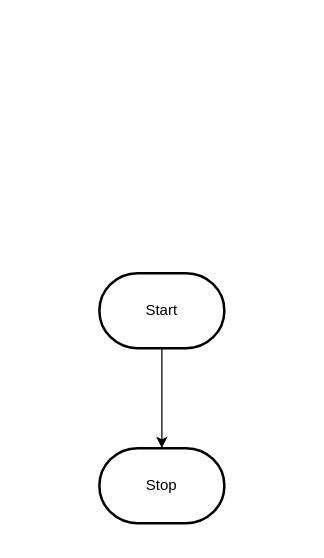
The draw.io diagram design/flowchart.drawio in MTHS-ICS2O-2-2022/ICS2O-Unit-3-04-Dominic-Madeira, before the edit. Source tidied: cells renumbered, new cells numbered last; positions are measured from the earlier drawing's top-left corner, leaving out a move shared by most shapes. Both pictures are drawn from the tidied source at 125%, with x=0, y=0 at pixel (99, 272).
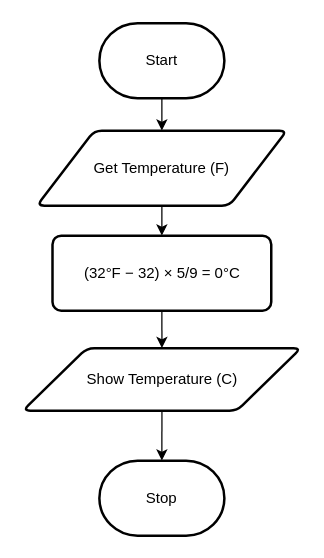
After the change.

What changed in the source:
```diff
@@
 <mxGraphModel>
   <root>
     <mxCell id="0" />
     <mxCell id="1" parent="0" />
-    <mxCell id="2" style="edgeStyle=orthogonalEdgeStyle;html=1;rounded=0;" parent="1" edge="1" source="3" target="4">
-      <mxGeometry relative="1" as="geometry" />
-    </mxCell>
+    <mxCell id="5" style="edgeStyle=none;html=1;exitX=0.5;exitY=1;exitDx=0;exitDy=0;exitPerimeter=0;entryX=0.5;entryY=0;entryDx=0;entryDy=0;" parent="1" edge="1" source="3" target="7">
+      <mxGeometry relative="1" as="geometry" />
+    </mxCell>
     <mxCell id="3" value="Start" style="strokeWidth=2;html=1;shape=mxgraph.flowchart.terminator;whiteSpace=wrap;" parent="1" vertex="1">
-      <mxGeometry width="100" height="60" as="geometry" />
+      <mxGeometry y="-200" width="100" height="60" as="geometry" />
     </mxCell>
     <mxCell id="4" value="Stop" style="strokeWidth=2;html=1;shape=mxgraph.flowchart.terminator;whiteSpace=wrap;" parent="1" vertex="1">
-      <mxGeometry y="140" width="100" height="60" as="geometry" />
+      <mxGeometry y="150" width="100" height="60" as="geometry" />
     </mxCell>
+    <mxCell id="6" style="edgeStyle=none;html=1;exitX=0.5;exitY=1;exitDx=0;exitDy=0;entryX=0.5;entryY=0;entryDx=0;entryDy=0;" parent="1" edge="1" source="7" target="9">
+      <mxGeometry relative="1" as="geometry" />
+    </mxCell>
+    <mxCell id="7" value="Get Temperature (F)" style="shape=parallelogram;html=1;strokeWidth=2;perimeter=parallelogramPerimeter;whiteSpace=wrap;rounded=1;arcSize=12;size=0.23;" parent="1" vertex="1">
+      <mxGeometry x="-50" y="-114" width="200" height="60" as="geometry" />
+    </mxCell>
+    <mxCell id="8" style="edgeStyle=none;html=1;exitX=0.5;exitY=1;exitDx=0;exitDy=0;entryX=0.5;entryY=0;entryDx=0;entryDy=0;" parent="1" edge="1" source="9" target="11">
+      <mxGeometry relative="1" as="geometry" />
+    </mxCell>
+    <mxCell id="9" value="&lt;div&gt;(32°F − 32) × 5/9 = 0°C&lt;/div&gt;" style="rounded=1;whiteSpace=wrap;html=1;absoluteArcSize=1;arcSize=14;strokeWidth=2;" parent="1" vertex="1">
+      <mxGeometry x="-37.5" y="-30" width="175" height="60" as="geometry" />
+    </mxCell>
+    <mxCell id="10" style="edgeStyle=none;html=1;exitX=0.5;exitY=1;exitDx=0;exitDy=0;entryX=0.5;entryY=0;entryDx=0;entryDy=0;entryPerimeter=0;" parent="1" edge="1" source="11" target="4">
+      <mxGeometry relative="1" as="geometry" />
+    </mxCell>
+    <mxCell id="11" value="Show Temperature (C)" style="shape=parallelogram;html=1;strokeWidth=2;perimeter=parallelogramPerimeter;whiteSpace=wrap;rounded=1;arcSize=12;size=0.23;" parent="1" vertex="1">
+      <mxGeometry x="-61.2" y="60" width="222.5" height="50" as="geometry" />
+    </mxCell>
   </root>
 </mxGraphModel>
```
